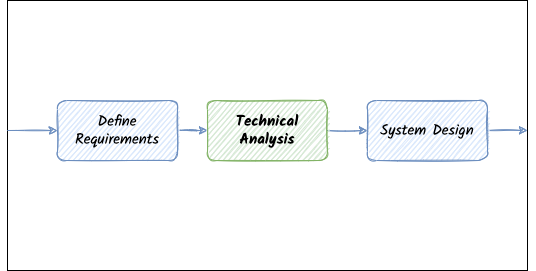
pkritiotis/pkritiotis.github.io keeps this draw.io diagram as assets/diagrams/technical-requirements/TechnicalRequirementAnalysis_OG.png. Above is the earlier version. Source tidied: cells renumbered, new cells last; positions are measured from the earlier drawing's top-left corner, leaving out a move shared by most shapes. Source of this version:
```xml
<mxGraphModel>
  <root>
    <mxCell id="0" />
    <mxCell id="1" parent="0" />
    <mxCell id="2" style="rounded=0;whiteSpace=wrap;html=1;" parent="1" vertex="1">
      <mxGeometry width="520" height="270" as="geometry" />
    </mxCell>
    <mxCell id="3" style="edgeStyle=orthogonalEdgeStyle;rounded=0;jettySize=auto;html=1;fillColor=#dae8fc;strokeColor=#6c8ebf;fontFamily=Kalam;fontSize=15;sketch=1;" parent="1" edge="1" target="5">
      <mxGeometry relative="1" as="geometry">
        <mxPoint y="130" as="sourcePoint" />
      </mxGeometry>
    </mxCell>
    <mxCell id="4" style="edgeStyle=orthogonalEdgeStyle;rounded=0;jettySize=auto;html=1;fillColor=#dae8fc;strokeColor=#6c8ebf;fontFamily=Kalam;fontSize=15;sketch=1;" parent="1" edge="1" source="5" target="7">
      <mxGeometry relative="1" as="geometry" />
    </mxCell>
    <mxCell id="5" value="Define Requirements" style="rounded=1;whiteSpace=wrap;html=1;fillColor=#dae8fc;strokeColor=#6c8ebf;fontFamily=Kalam;fontSize=15;sketch=1;" parent="1" vertex="1">
      <mxGeometry x="50" y="100" width="120" height="60" as="geometry" />
    </mxCell>
    <mxCell id="6" style="edgeStyle=orthogonalEdgeStyle;rounded=0;jettySize=auto;html=1;fillColor=#dae8fc;strokeColor=#6c8ebf;fontFamily=Kalam;fontSize=15;sketch=1;" parent="1" edge="1" source="7" target="9">
      <mxGeometry relative="1" as="geometry" />
    </mxCell>
    <mxCell id="7" value="Technical Analysis" style="rounded=1;whiteSpace=wrap;html=1;fillColor=#d5e8d4;strokeColor=#82b366;fontFamily=Kalam;fontSize=15;sketch=1;fontStyle=1;" parent="1" vertex="1">
      <mxGeometry x="200" y="100" width="120" height="60" as="geometry" />
    </mxCell>
    <mxCell id="8" style="edgeStyle=orthogonalEdgeStyle;rounded=0;jettySize=auto;html=1;fillColor=#dae8fc;strokeColor=#6c8ebf;fontFamily=Kalam;fontSize=15;sketch=1;" parent="1" edge="1" source="9">
      <mxGeometry relative="1" as="geometry">
        <mxPoint x="520" y="130" as="targetPoint" />
      </mxGeometry>
    </mxCell>
    <mxCell id="9" value="System Design" style="rounded=1;whiteSpace=wrap;html=1;fillColor=#dae8fc;strokeColor=#6c8ebf;fontFamily=Kalam;fontSize=15;sketch=1;" parent="1" vertex="1">
      <mxGeometry x="360" y="100" width="120" height="60" as="geometry" />
    </mxCell>
  </root>
</mxGraphModel>
```
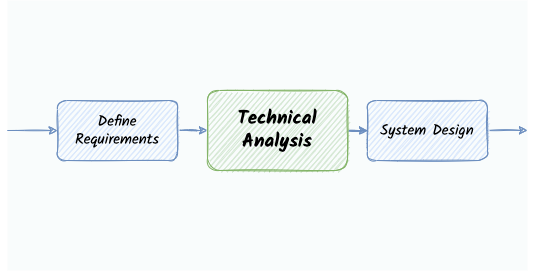
After the change.

Commit message:
Updated open graph image for technical requirement analysis

The edit, as a diff of the source:
```diff
@@ -2,7 +2,7 @@
   <root>
     <mxCell id="0" />
     <mxCell id="1" parent="0" />
-    <mxCell id="2" style="rounded=0;whiteSpace=wrap;html=1;" parent="1" vertex="1">
+    <mxCell id="2" style="rounded=0;whiteSpace=wrap;html=1;strokeColor=none;fillColor=#F9FCFC;fontColor=#333333;" parent="1" vertex="1">
       <mxGeometry width="520" height="270" as="geometry" />
     </mxCell>
     <mxCell id="3" style="edgeStyle=orthogonalEdgeStyle;rounded=0;jettySize=auto;html=1;fillColor=#dae8fc;strokeColor=#6c8ebf;fontFamily=Kalam;fontSize=15;sketch=1;" parent="1" edge="1" target="5">
@@ -19,8 +19,8 @@
     <mxCell id="6" style="edgeStyle=orthogonalEdgeStyle;rounded=0;jettySize=auto;html=1;fillColor=#dae8fc;strokeColor=#6c8ebf;fontFamily=Kalam;fontSize=15;sketch=1;" parent="1" edge="1" source="7" target="9">
       <mxGeometry relative="1" as="geometry" />
     </mxCell>
-    <mxCell id="7" value="Technical Analysis" style="rounded=1;whiteSpace=wrap;html=1;fillColor=#d5e8d4;strokeColor=#82b366;fontFamily=Kalam;fontSize=15;sketch=1;fontStyle=1;" parent="1" vertex="1">
-      <mxGeometry x="200" y="100" width="120" height="60" as="geometry" />
+    <mxCell id="7" value="Technical Analysis" style="rounded=1;whiteSpace=wrap;html=1;fillColor=#d5e8d4;strokeColor=#82b366;fontFamily=Kalam;fontSize=19;sketch=1;fontStyle=1;" parent="1" vertex="1">
+      <mxGeometry x="200" y="90" width="140" height="80" as="geometry" />
     </mxCell>
     <mxCell id="8" style="edgeStyle=orthogonalEdgeStyle;rounded=0;jettySize=auto;html=1;fillColor=#dae8fc;strokeColor=#6c8ebf;fontFamily=Kalam;fontSize=15;sketch=1;" parent="1" edge="1" source="9">
       <mxGeometry relative="1" as="geometry">
```
